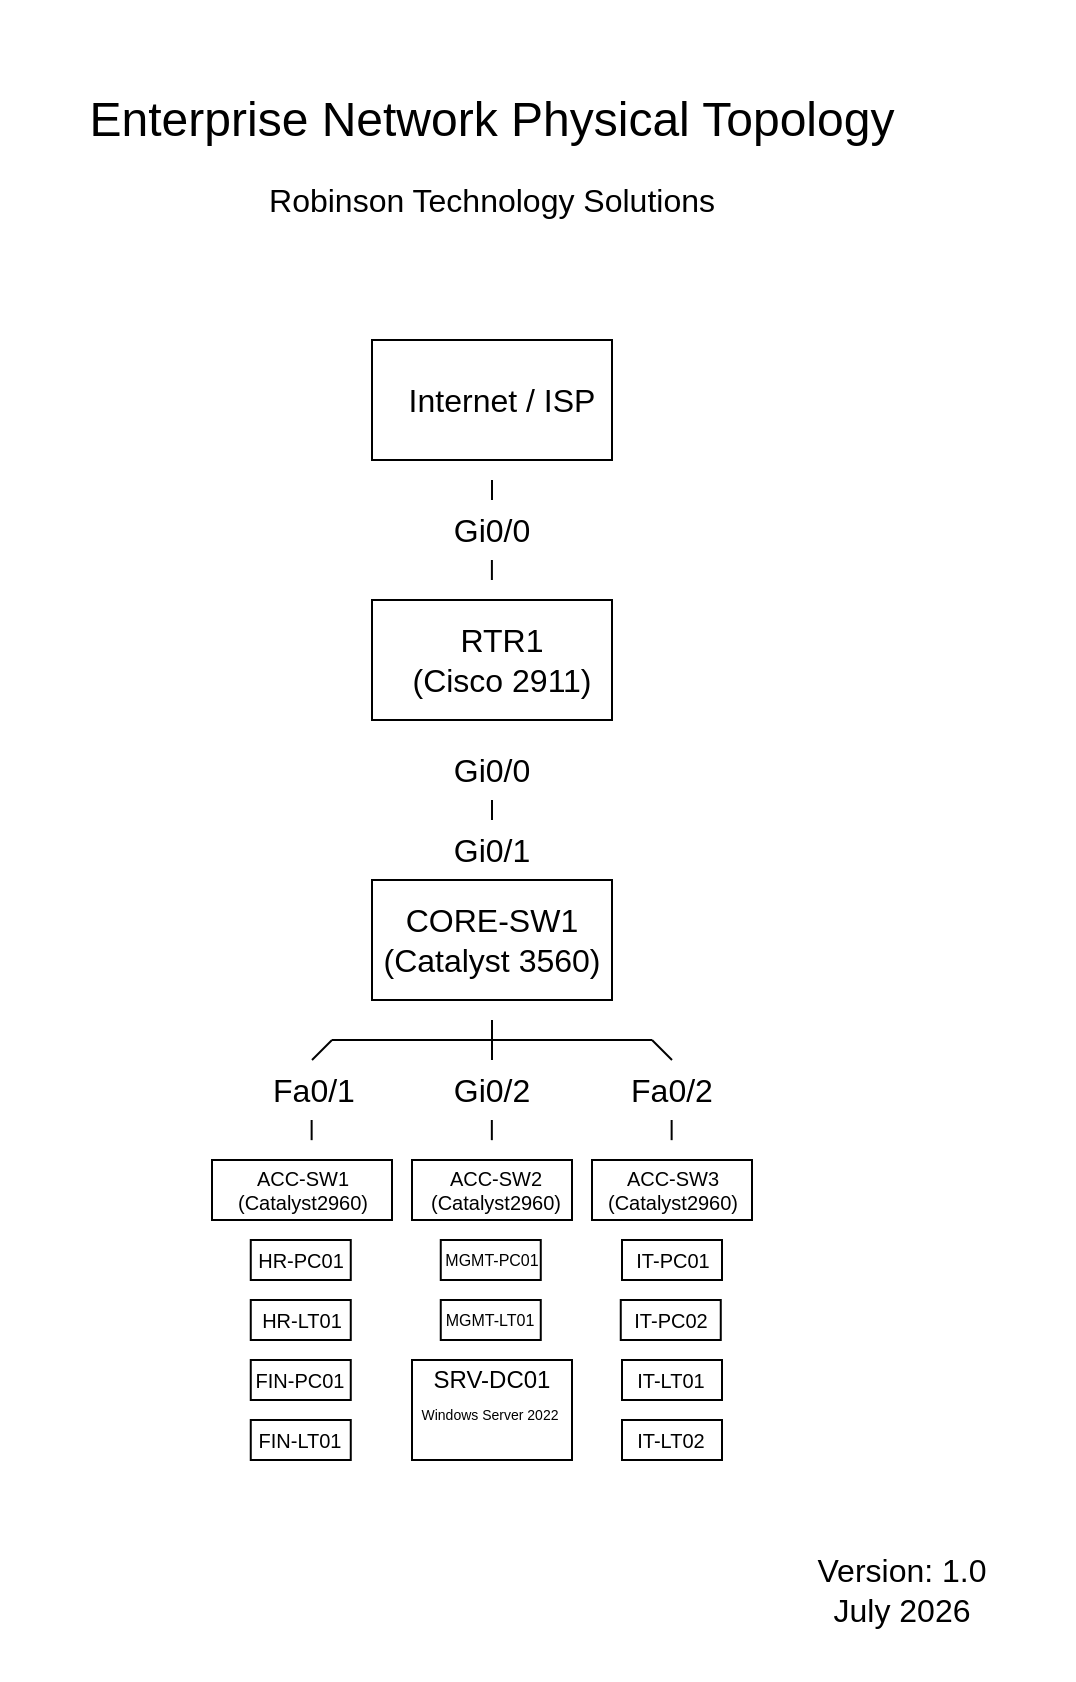
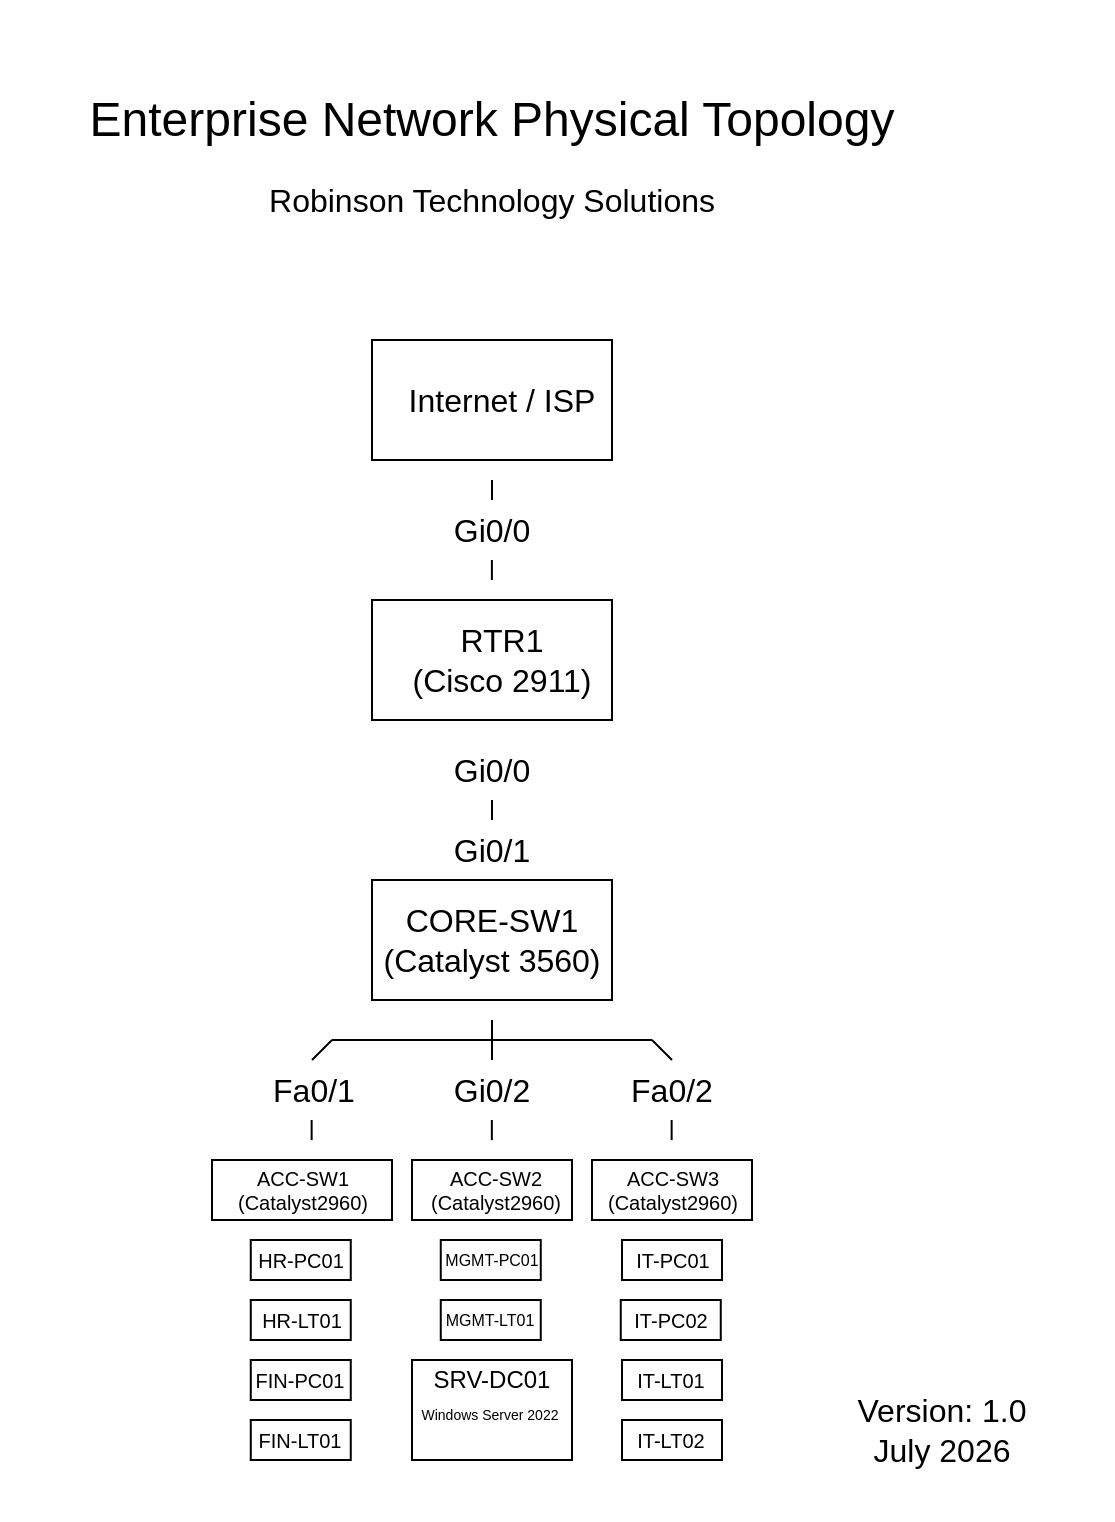
- <mxfile host="app.diagrams.net">
+ <mxfile host="Electron">
  <diagram name="Page-1" id="nrHBfVMkrXwOKs-d-XcE">
-     <mxGraphModel dx="1183" dy="773" grid="1" gridSize="10" guides="1" tooltips="1" connect="1" arrows="1" fold="1" page="1" pageScale="1" pageWidth="850" pageHeight="1100" math="0" shadow="0">
+     <mxGraphModel dx="758" dy="727" grid="1" gridSize="10" guides="1" tooltips="1" connect="1" arrows="1" fold="1" page="1" pageScale="1" pageWidth="850" pageHeight="1100" math="0" shadow="0">
      <root>
        <mxCell id="0" />
        <mxCell id="1" parent="0" />
        <mxCell id="PAGTaIKxO_D1mukXTtMI-1" parent="1" style="whiteSpace=wrap;html=1;" value="" vertex="1">
          <mxGeometry height="60" width="120" x="340" y="190" as="geometry" />
        </mxCell>
        <mxCell id="PAGTaIKxO_D1mukXTtMI-3" parent="1" style="text;html=1;whiteSpace=wrap;strokeColor=none;fillColor=none;align=center;verticalAlign=middle;rounded=0;fontSize=16;" value="&lt;div&gt;Internet /&amp;nbsp;&lt;span style=&quot;background-color: transparent; color: light-dark(rgb(0, 0, 0), rgb(255, 255, 255));&quot;&gt;ISP&lt;/span&gt;&lt;/div&gt;" vertex="1">
          <mxGeometry height="30" width="150" x="330" y="205" as="geometry" />
        </mxCell>
        <mxCell id="PAGTaIKxO_D1mukXTtMI-8" edge="1" parent="1" style="edgeStyle=none;orthogonalLoop=1;jettySize=auto;html=1;rounded=0;fontSize=12;startSize=8;endSize=8;curved=1;endArrow=none;endFill=0;" value="">
          <mxGeometry relative="1" width="120" as="geometry">
            <Array as="points" />
            <mxPoint x="400" y="260" as="sourcePoint" />
            <mxPoint x="400" y="270" as="targetPoint" />
          </mxGeometry>
        </mxCell>
        <mxCell id="PAGTaIKxO_D1mukXTtMI-9" parent="1" style="text;html=1;whiteSpace=wrap;strokeColor=none;fillColor=none;align=center;verticalAlign=middle;rounded=0;fontSize=16;" value="Gi0/0" vertex="1">
          <mxGeometry height="30" width="60" x="370" y="270" as="geometry" />
        </mxCell>
        <mxCell id="PAGTaIKxO_D1mukXTtMI-10" edge="1" parent="1" style="edgeStyle=none;orthogonalLoop=1;jettySize=auto;html=1;rounded=0;fontSize=12;startSize=8;endSize=8;curved=1;endArrow=none;endFill=0;" value="">
          <mxGeometry relative="1" width="120" as="geometry">
            <Array as="points" />
            <mxPoint x="399.95" y="310" as="sourcePoint" />
            <mxPoint x="399.95" y="300" as="targetPoint" />
          </mxGeometry>
        </mxCell>
        <mxCell id="PAGTaIKxO_D1mukXTtMI-11" parent="1" style="whiteSpace=wrap;html=1;" value="" vertex="1">
          <mxGeometry height="60" width="120" x="340" y="320" as="geometry" />
        </mxCell>
        <mxCell id="PAGTaIKxO_D1mukXTtMI-12" parent="1" style="text;html=1;whiteSpace=wrap;strokeColor=none;fillColor=none;align=center;verticalAlign=middle;rounded=0;fontSize=16;" value="RTR1&lt;div&gt;(Cisco 2911)&lt;/div&gt;" vertex="1">
          <mxGeometry height="30" width="110" x="350" y="335" as="geometry" />
        </mxCell>
        <mxCell id="PAGTaIKxO_D1mukXTtMI-13" parent="1" style="text;html=1;whiteSpace=wrap;strokeColor=none;fillColor=none;align=center;verticalAlign=middle;rounded=0;fontSize=16;" value="Gi0/0" vertex="1">
          <mxGeometry height="30" width="60" x="370" y="390" as="geometry" />
        </mxCell>
        <mxCell id="PAGTaIKxO_D1mukXTtMI-15" edge="1" parent="1" style="edgeStyle=none;orthogonalLoop=1;jettySize=auto;html=1;rounded=0;fontSize=12;startSize=8;endSize=8;curved=1;endArrow=none;endFill=0;" value="">
          <mxGeometry relative="1" width="120" as="geometry">
            <Array as="points" />
            <mxPoint x="400" y="420" as="sourcePoint" />
            <mxPoint x="400" y="430" as="targetPoint" />
          </mxGeometry>
        </mxCell>
        <mxCell id="PAGTaIKxO_D1mukXTtMI-16" parent="1" style="text;html=1;whiteSpace=wrap;strokeColor=none;fillColor=none;align=center;verticalAlign=middle;rounded=0;fontSize=16;" value="Gi0/1" vertex="1">
          <mxGeometry height="30" width="60" x="370" y="430" as="geometry" />
        </mxCell>
        <mxCell id="PAGTaIKxO_D1mukXTtMI-17" parent="1" style="whiteSpace=wrap;html=1;" value="" vertex="1">
          <mxGeometry height="60" width="120" x="340" y="460" as="geometry" />
        </mxCell>
        <mxCell id="PAGTaIKxO_D1mukXTtMI-18" parent="1" style="text;html=1;whiteSpace=wrap;strokeColor=none;fillColor=none;align=center;verticalAlign=middle;rounded=0;fontSize=16;" value="CORE-SW1&lt;div&gt;(Catalyst 3560)&lt;/div&gt;" vertex="1">
          <mxGeometry height="30" width="120" x="340" y="475" as="geometry" />
        </mxCell>
        <mxCell id="PAGTaIKxO_D1mukXTtMI-19" edge="1" parent="1" style="edgeStyle=none;orthogonalLoop=1;jettySize=auto;html=1;rounded=0;fontSize=12;startSize=8;endSize=8;curved=1;endArrow=none;endFill=0;" value="">
          <mxGeometry relative="1" width="120" as="geometry">
            <Array as="points" />
            <mxPoint x="400" y="530" as="sourcePoint" />
            <mxPoint x="400" y="540" as="targetPoint" />
          </mxGeometry>
        </mxCell>
        <mxCell id="PAGTaIKxO_D1mukXTtMI-20" edge="1" parent="1" style="edgeStyle=none;orthogonalLoop=1;jettySize=auto;html=1;rounded=0;fontSize=12;startSize=8;endSize=8;curved=1;endArrow=none;endFill=0;" value="">
          <mxGeometry relative="1" width="120" as="geometry">
            <Array as="points" />
            <mxPoint x="320" y="540" as="sourcePoint" />
            <mxPoint x="480" y="540" as="targetPoint" />
          </mxGeometry>
        </mxCell>
        <mxCell id="PAGTaIKxO_D1mukXTtMI-21" edge="1" parent="1" style="edgeStyle=none;orthogonalLoop=1;jettySize=auto;html=1;rounded=0;fontSize=12;startSize=8;endSize=8;curved=1;endArrow=none;endFill=0;" value="">
          <mxGeometry relative="1" width="120" as="geometry">
            <Array as="points" />
            <mxPoint x="400" y="540" as="sourcePoint" />
            <mxPoint x="400" y="550" as="targetPoint" />
          </mxGeometry>
        </mxCell>
        <mxCell id="PAGTaIKxO_D1mukXTtMI-23" edge="1" parent="1" style="edgeStyle=none;orthogonalLoop=1;jettySize=auto;html=1;rounded=0;fontSize=12;startSize=8;endSize=8;curved=1;endArrow=none;endFill=0;" value="">
          <mxGeometry relative="1" width="120" as="geometry">
            <Array as="points" />
            <mxPoint x="320" y="540" as="sourcePoint" />
            <mxPoint x="310" y="550" as="targetPoint" />
          </mxGeometry>
        </mxCell>
        <mxCell id="PAGTaIKxO_D1mukXTtMI-24" edge="1" parent="1" style="edgeStyle=none;orthogonalLoop=1;jettySize=auto;html=1;rounded=0;fontSize=12;startSize=8;endSize=8;curved=1;endArrow=none;endFill=0;" value="">
          <mxGeometry relative="1" width="120" as="geometry">
            <Array as="points" />
            <mxPoint x="490" y="550" as="sourcePoint" />
            <mxPoint x="480" y="540" as="targetPoint" />
          </mxGeometry>
        </mxCell>
        <mxCell id="PAGTaIKxO_D1mukXTtMI-25" parent="1" style="text;html=1;whiteSpace=wrap;strokeColor=none;fillColor=none;align=center;verticalAlign=middle;rounded=0;fontSize=16;" value="Fa0/1" vertex="1">
          <mxGeometry height="30" width="60" x="280.63" y="550" as="geometry" />
        </mxCell>
        <mxCell id="PAGTaIKxO_D1mukXTtMI-26" parent="1" style="text;html=1;whiteSpace=wrap;strokeColor=none;fillColor=none;align=center;verticalAlign=middle;rounded=0;fontSize=16;" value="Gi0/2" vertex="1">
          <mxGeometry height="30" width="60" x="370" y="550" as="geometry" />
        </mxCell>
        <mxCell id="PAGTaIKxO_D1mukXTtMI-27" parent="1" style="text;html=1;whiteSpace=wrap;strokeColor=none;fillColor=none;align=center;verticalAlign=middle;rounded=0;fontSize=16;" value="Fa0/2" vertex="1">
          <mxGeometry height="30" width="60" x="460" y="550" as="geometry" />
        </mxCell>
        <mxCell id="HQMXMfczDyNlfQodfAvz-1" edge="1" parent="1" style="edgeStyle=none;orthogonalLoop=1;jettySize=auto;html=1;rounded=0;fontSize=12;startSize=8;endSize=8;curved=1;endArrow=none;endFill=0;" value="">
          <mxGeometry relative="1" width="120" as="geometry">
            <Array as="points" />
            <mxPoint x="309.82" y="580" as="sourcePoint" />
            <mxPoint x="309.82" y="590.0799999999999" as="targetPoint" />
          </mxGeometry>
        </mxCell>
        <mxCell id="HQMXMfczDyNlfQodfAvz-2" edge="1" parent="1" style="edgeStyle=none;orthogonalLoop=1;jettySize=auto;html=1;rounded=0;fontSize=12;startSize=8;endSize=8;curved=1;endArrow=none;endFill=0;" value="">
          <mxGeometry relative="1" width="120" as="geometry">
            <Array as="points" />
            <mxPoint x="399.92" y="580" as="sourcePoint" />
            <mxPoint x="399.92" y="590.0799999999999" as="targetPoint" />
          </mxGeometry>
        </mxCell>
        <mxCell id="HQMXMfczDyNlfQodfAvz-3" edge="1" parent="1" style="edgeStyle=none;orthogonalLoop=1;jettySize=auto;html=1;rounded=0;fontSize=12;startSize=8;endSize=8;curved=1;endArrow=none;endFill=0;" value="">
          <mxGeometry relative="1" width="120" as="geometry">
            <Array as="points" />
            <mxPoint x="489.82" y="580" as="sourcePoint" />
            <mxPoint x="489.82" y="590.0799999999999" as="targetPoint" />
          </mxGeometry>
        </mxCell>
        <mxCell id="HQMXMfczDyNlfQodfAvz-4" parent="1" style="whiteSpace=wrap;html=1;" value="" vertex="1">
          <mxGeometry height="30" width="90" x="260" y="600" as="geometry" />
        </mxCell>
        <mxCell id="HQMXMfczDyNlfQodfAvz-8" parent="1" style="text;html=1;whiteSpace=wrap;strokeColor=none;fillColor=none;align=center;verticalAlign=middle;rounded=0;fontSize=10;" value="ACC-SW1&lt;div&gt;(Catalyst2960)&lt;/div&gt;" vertex="1">
          <mxGeometry width="48.75" x="280.63" y="615" as="geometry" />
        </mxCell>
        <mxCell id="HQMXMfczDyNlfQodfAvz-23" parent="1" style="rounded=0;whiteSpace=wrap;html=1;" value="" vertex="1">
          <mxGeometry height="50" width="80" x="360" y="700" as="geometry" />
        </mxCell>
        <mxCell id="HQMXMfczDyNlfQodfAvz-41" parent="1" style="text;html=1;whiteSpace=wrap;strokeColor=none;fillColor=none;align=center;verticalAlign=middle;rounded=0;fontSize=12;" value="SRV-DC01" vertex="1">
          <mxGeometry height="10" width="69.99" x="365.02" y="705" as="geometry" />
        </mxCell>
        <mxCell id="XVrmgv3D7Ls_zpOJ7r-V-2" parent="1" style="text;html=1;whiteSpace=wrap;strokeColor=none;fillColor=none;align=center;verticalAlign=middle;rounded=0;fontSize=24;" value="Enterprise Network Physical Topology" vertex="1">
          <mxGeometry height="120" width="492" x="154.01" y="20" as="geometry" />
        </mxCell>
        <mxCell id="XVrmgv3D7Ls_zpOJ7r-V-10" parent="1" style="whiteSpace=wrap;html=1;" value="" vertex="1">
          <mxGeometry height="30" width="80" x="360" y="600" as="geometry" />
        </mxCell>
        <mxCell id="XVrmgv3D7Ls_zpOJ7r-V-11" parent="1" style="text;html=1;whiteSpace=wrap;strokeColor=none;fillColor=none;align=center;verticalAlign=middle;rounded=0;fontSize=10;" value="ACC-SW2&lt;div&gt;&lt;div&gt;(Catalyst2960)&lt;/div&gt;&lt;/div&gt;" vertex="1">
          <mxGeometry width="44.38" x="380" y="615" as="geometry" />
        </mxCell>
        <mxCell id="XVrmgv3D7Ls_zpOJ7r-V-12" parent="1" style="whiteSpace=wrap;html=1;" value="" vertex="1">
          <mxGeometry height="30" width="80" x="450" y="600" as="geometry" />
        </mxCell>
        <mxCell id="XVrmgv3D7Ls_zpOJ7r-V-13" parent="1" style="text;html=1;whiteSpace=wrap;strokeColor=none;fillColor=none;align=center;verticalAlign=middle;rounded=0;fontSize=10;" value="ACC-SW3&lt;div&gt;(Catalyst2960)&lt;/div&gt;" vertex="1">
          <mxGeometry width="48.75" x="465.63" y="615" as="geometry" />
        </mxCell>
        <mxCell id="XVrmgv3D7Ls_zpOJ7r-V-14" parent="1" style="rounded=0;whiteSpace=wrap;html=1;" value="" vertex="1">
          <mxGeometry height="20" width="50" x="279.38" y="640" as="geometry" />
        </mxCell>
        <mxCell id="XVrmgv3D7Ls_zpOJ7r-V-15" parent="1" style="rounded=0;whiteSpace=wrap;html=1;" value="" vertex="1">
          <mxGeometry height="20" width="50" x="279.38" y="670" as="geometry" />
        </mxCell>
        <mxCell id="XVrmgv3D7Ls_zpOJ7r-V-16" parent="1" style="rounded=0;whiteSpace=wrap;html=1;" value="" vertex="1">
          <mxGeometry height="20" width="50" x="279.38" y="700" as="geometry" />
        </mxCell>
        <mxCell id="XVrmgv3D7Ls_zpOJ7r-V-17" parent="1" style="rounded=0;whiteSpace=wrap;html=1;" value="" vertex="1">
          <mxGeometry height="20" width="50" x="279.38" y="730" as="geometry" />
        </mxCell>
        <mxCell id="XVrmgv3D7Ls_zpOJ7r-V-18" parent="1" style="rounded=0;whiteSpace=wrap;html=1;" value="" vertex="1">
          <mxGeometry height="20" width="50" x="374.38" y="640" as="geometry" />
        </mxCell>
        <mxCell id="XVrmgv3D7Ls_zpOJ7r-V-19" parent="1" style="rounded=0;whiteSpace=wrap;html=1;" value="" vertex="1">
          <mxGeometry height="20" width="50" x="374.38" y="670" as="geometry" />
        </mxCell>
        <mxCell id="XVrmgv3D7Ls_zpOJ7r-V-20" parent="1" style="rounded=0;whiteSpace=wrap;html=1;" value="" vertex="1">
          <mxGeometry height="20" width="50" x="465" y="640" as="geometry" />
        </mxCell>
        <mxCell id="XVrmgv3D7Ls_zpOJ7r-V-21" parent="1" style="rounded=0;whiteSpace=wrap;html=1;" value="" vertex="1">
          <mxGeometry height="20" width="50" x="464.38" y="670" as="geometry" />
        </mxCell>
        <mxCell id="XVrmgv3D7Ls_zpOJ7r-V-22" parent="1" style="rounded=0;whiteSpace=wrap;html=1;" value="" vertex="1">
          <mxGeometry height="20" width="50" x="465" y="700" as="geometry" />
        </mxCell>
        <mxCell id="XVrmgv3D7Ls_zpOJ7r-V-23" parent="1" style="rounded=0;whiteSpace=wrap;html=1;" value="" vertex="1">
          <mxGeometry height="20" width="50" x="465" y="730" as="geometry" />
        </mxCell>
        <mxCell id="XVrmgv3D7Ls_zpOJ7r-V-24" parent="1" style="text;html=1;whiteSpace=wrap;strokeColor=none;fillColor=none;align=center;verticalAlign=middle;rounded=0;fontSize=10;" value="HR-PC01" vertex="1">
          <mxGeometry height="30" width="60.62" x="274.07" y="635" as="geometry" />
        </mxCell>
        <mxCell id="XVrmgv3D7Ls_zpOJ7r-V-25" parent="1" style="text;html=1;whiteSpace=wrap;strokeColor=none;fillColor=none;align=center;verticalAlign=middle;rounded=0;fontSize=10;" value="HR-LT01" vertex="1">
          <mxGeometry height="30" width="70" x="270" y="665" as="geometry" />
        </mxCell>
        <mxCell id="XVrmgv3D7Ls_zpOJ7r-V-26" parent="1" style="text;html=1;whiteSpace=wrap;strokeColor=none;fillColor=none;align=center;verticalAlign=middle;rounded=0;fontSize=10;" value="FIN-PC01" vertex="1">
          <mxGeometry height="30" width="70" x="269.38" y="695" as="geometry" />
        </mxCell>
        <mxCell id="XVrmgv3D7Ls_zpOJ7r-V-27" parent="1" style="text;html=1;whiteSpace=wrap;strokeColor=none;fillColor=none;align=center;verticalAlign=middle;rounded=0;fontSize=10;" value="FIN-LT01" vertex="1">
          <mxGeometry height="30" width="70" x="269.38" y="725" as="geometry" />
        </mxCell>
        <mxCell id="XVrmgv3D7Ls_zpOJ7r-V-28" parent="1" style="text;html=1;whiteSpace=wrap;strokeColor=none;fillColor=none;align=center;verticalAlign=middle;rounded=0;fontSize=8&#xa;;" value="MGMT-PC01" vertex="1">
          <mxGeometry height="30" width="70" x="365.01" y="635" as="geometry" />
        </mxCell>
        <mxCell id="XVrmgv3D7Ls_zpOJ7r-V-29" parent="1" style="text;html=1;whiteSpace=wrap;strokeColor=none;fillColor=none;align=center;verticalAlign=middle;rounded=0;fontSize=8&#xa;;" value="MGMT-LT01" vertex="1">
          <mxGeometry height="30" width="70" x="364.38" y="665" as="geometry" />
        </mxCell>
        <mxCell id="XVrmgv3D7Ls_zpOJ7r-V-31" parent="1" style="text;html=1;whiteSpace=wrap;strokeColor=none;fillColor=none;align=center;verticalAlign=middle;rounded=0;fontSize=10;" value="IT-PC01" vertex="1">
          <mxGeometry height="30" width="60.62" x="459.69" y="635" as="geometry" />
        </mxCell>
        <mxCell id="XVrmgv3D7Ls_zpOJ7r-V-32" parent="1" style="text;html=1;whiteSpace=wrap;strokeColor=none;fillColor=none;align=center;verticalAlign=middle;rounded=0;fontSize=10;" value="IT-PC02" vertex="1">
          <mxGeometry height="30" width="60.62" x="459.07" y="665" as="geometry" />
        </mxCell>
        <mxCell id="XVrmgv3D7Ls_zpOJ7r-V-33" parent="1" style="text;html=1;whiteSpace=wrap;strokeColor=none;fillColor=none;align=center;verticalAlign=middle;rounded=0;fontSize=10;" value="IT-LT01" vertex="1">
          <mxGeometry height="30" width="60.62" x="459.07" y="695" as="geometry" />
        </mxCell>
        <mxCell id="XVrmgv3D7Ls_zpOJ7r-V-34" parent="1" style="text;html=1;whiteSpace=wrap;strokeColor=none;fillColor=none;align=center;verticalAlign=middle;rounded=0;fontSize=10;" value="IT-LT02" vertex="1">
          <mxGeometry height="30" width="60.62" x="459.07" y="725" as="geometry" />
        </mxCell>
        <mxCell id="XVrmgv3D7Ls_zpOJ7r-V-35" parent="1" style="text;html=1;whiteSpace=wrap;strokeColor=none;fillColor=none;align=center;verticalAlign=middle;rounded=0;fontSize=16;" value="Version: 1.0&lt;div&gt;July 2026&lt;/div&gt;" vertex="1">
-           <mxGeometry height="90" width="170" x="520.31" y="770" as="geometry" />
+           <mxGeometry height="90" width="170" x="540" y="690" as="geometry" />
        </mxCell>
        <mxCell id="XVrmgv3D7Ls_zpOJ7r-V-36" parent="1" style="text;html=1;whiteSpace=wrap;strokeColor=none;fillColor=none;align=center;verticalAlign=middle;rounded=0;fontSize=7;" value="Windows Server 2022" vertex="1">
          <mxGeometry height="25" width="90" x="354.38" y="715" as="geometry" />
        </mxCell>
        <mxCell id="XVrmgv3D7Ls_zpOJ7r-V-38" parent="1" style="text;html=1;whiteSpace=wrap;strokeColor=none;fillColor=none;align=center;verticalAlign=middle;rounded=0;fontSize=16;" value="Robinson Technology Solutions" vertex="1">
          <mxGeometry height="60" width="300" x="250" y="90" as="geometry" />
        </mxCell>
      </root>
    </mxGraphModel>
  </diagram>
</mxfile>
